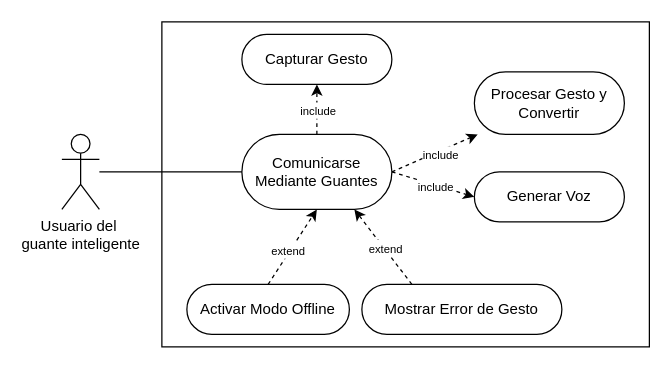
The draw.io diagram casodeuso_comunicarseconguantes.drawio in xChiat/ProyectoIntegracion, before the edit. Source tidied: cells renumbered, new cells numbered last; positions are measured from the earlier drawing's top-left corner, leaving out a move shared by most shapes. Both pictures are drawn from the tidied source at 125%, with x=0, y=0 at pixel (61, 21).
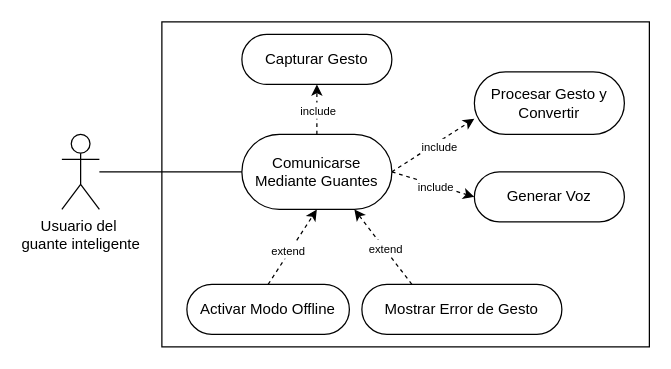
After the change.

Unchanged cells that the change refers to:
```xml
<mxCell id="10" value="Comunicarse Mediante Guantes" style="rounded=1;whiteSpace=wrap;html=1;arcSize=50;" parent="1" vertex="1">
  <mxGeometry x="144" y="90" width="120" height="60" as="geometry" />
</mxCell>
<mxCell id="12" value="Procesar Gesto y Convertir" style="rounded=1;whiteSpace=wrap;html=1;arcSize=50;" parent="1" vertex="1">
  <mxGeometry x="330" y="40" width="120" height="50" as="geometry" />
</mxCell>
```

The edit, as a diff of the source:
```diff
@@
-    <mxCell id="6" style="rounded=0;jettySize=auto;html=1;exitX=1;exitY=0.5;exitDx=0;exitDy=0;dashed=1;" parent="1" edge="1" source="10" target="12">
+    <mxCell id="6" style="rounded=0;jettySize=auto;html=1;exitX=1;exitY=0.5;exitDx=0;exitDy=0;dashed=1;entryX=0;entryY=0.75;entryDx=0;entryDy=0;" parent="1" edge="1" source="10" target="12">
       <mxGeometry relative="1" as="geometry" />
     </mxCell>
```
